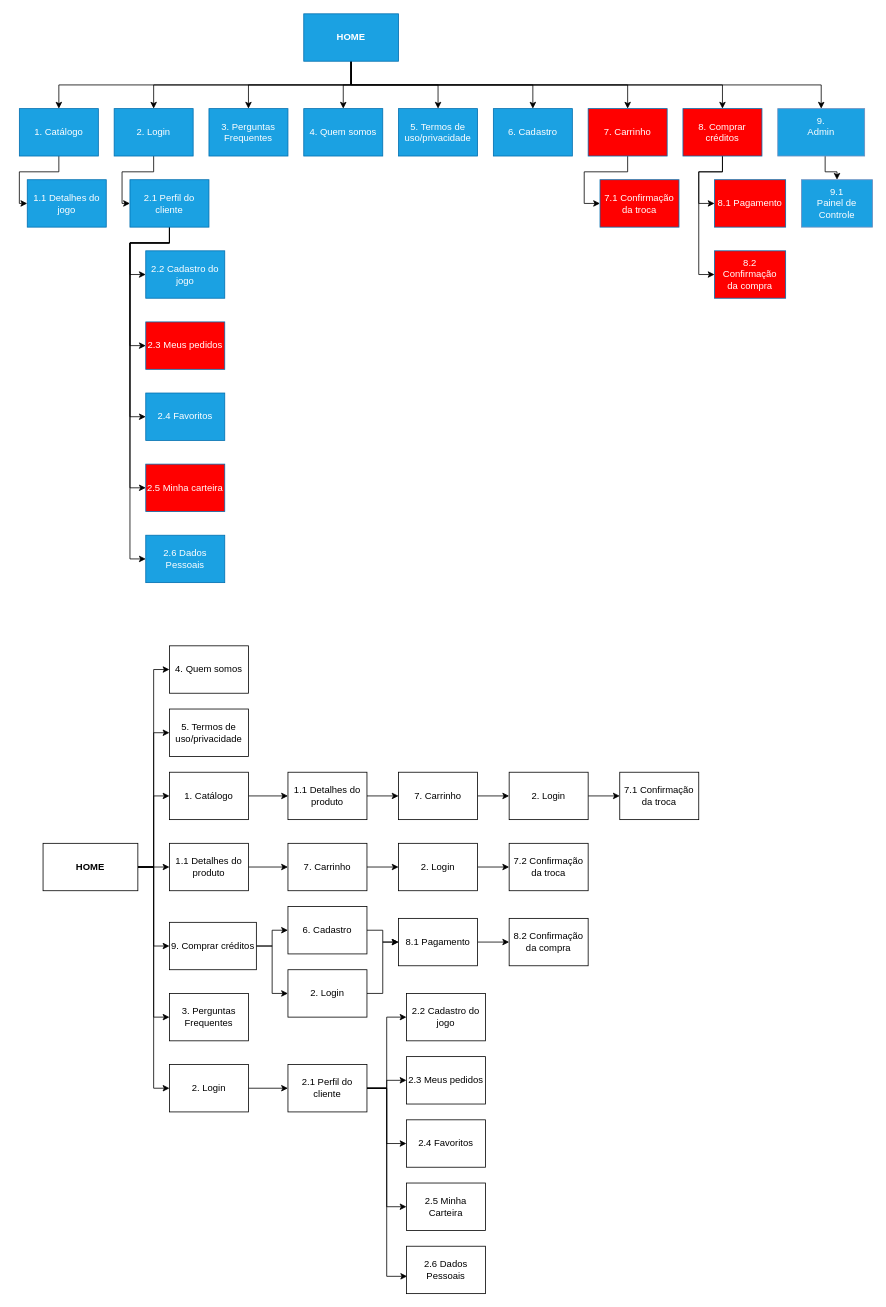
Above: page "Site map" (1 of 22) of wireframe.drawio in pdaambrosio/dh_group_5 (draw.io), before the change. Source tidied: cells renumbered, new cells numbered last; positions are measured from the earlier drawing's top-left corner, leaving out a move shared by most shapes. Both pictures are drawn from the tidied source at 79%, with x=0, y=0 at pixel (19, 13).
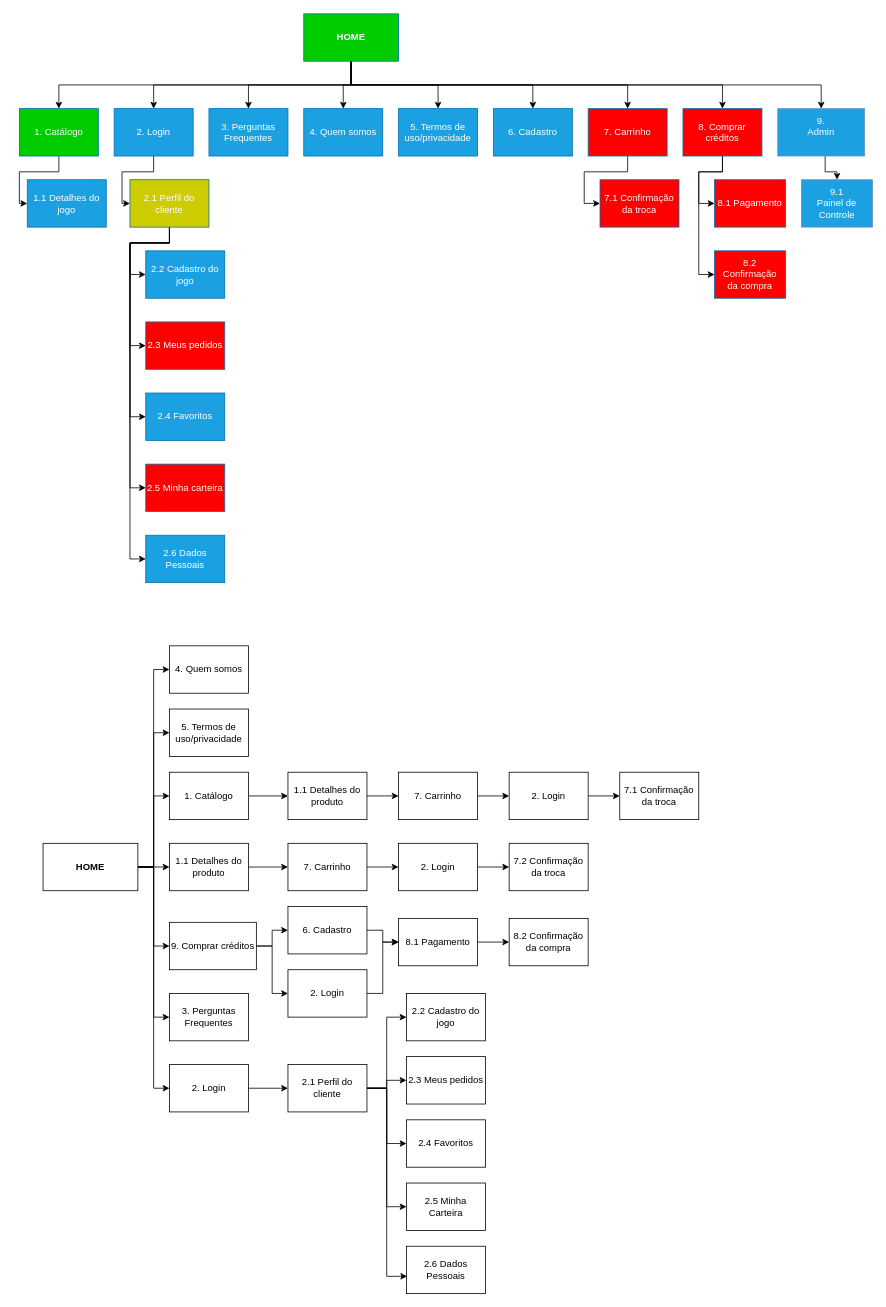
The same page after the edit.

Diff of the diagram source:
```diff
@@
-    <mxCell id="11" value="&lt;b&gt;HOME&lt;/b&gt;" style="rounded=0;whiteSpace=wrap;html=1;fillColor=#1ba1e2;strokeColor=#006EAF;fontColor=#ffffff;" parent="1" vertex="1">
+    <mxCell id="11" value="&lt;b&gt;HOME&lt;/b&gt;" style="rounded=0;whiteSpace=wrap;html=1;strokeColor=#006EAF;fontColor=#ffffff;fillColor=#00CC00;" parent="1" vertex="1">
       <mxGeometry x="360" width="120" height="60" as="geometry" />
     </mxCell>
@@
-    <mxCell id="13" value="1. Catálogo" style="rounded=0;whiteSpace=wrap;html=1;fillColor=#1ba1e2;strokeColor=#006EAF;fontColor=#ffffff;" parent="1" vertex="1">
+    <mxCell id="13" value="1. Catálogo" style="rounded=0;whiteSpace=wrap;html=1;strokeColor=#006EAF;fontColor=#ffffff;fillColor=#00CC00;" parent="1" vertex="1">
       <mxGeometry y="120" width="100" height="60" as="geometry" />
     </mxCell>
@@
-    <mxCell id="28" value="2.1 Perfil do cliente" style="rounded=0;whiteSpace=wrap;html=1;fillColor=#1ba1e2;strokeColor=#006EAF;fontColor=#ffffff;" parent="1" vertex="1">
+    <mxCell id="28" value="2.1 Perfil do cliente" style="rounded=0;whiteSpace=wrap;html=1;strokeColor=#006EAF;fontColor=#ffffff;fillColor=#CCCC00;" parent="1" vertex="1">
       <mxGeometry x="140" y="210" width="100" height="60" as="geometry" />
     </mxCell>
```
